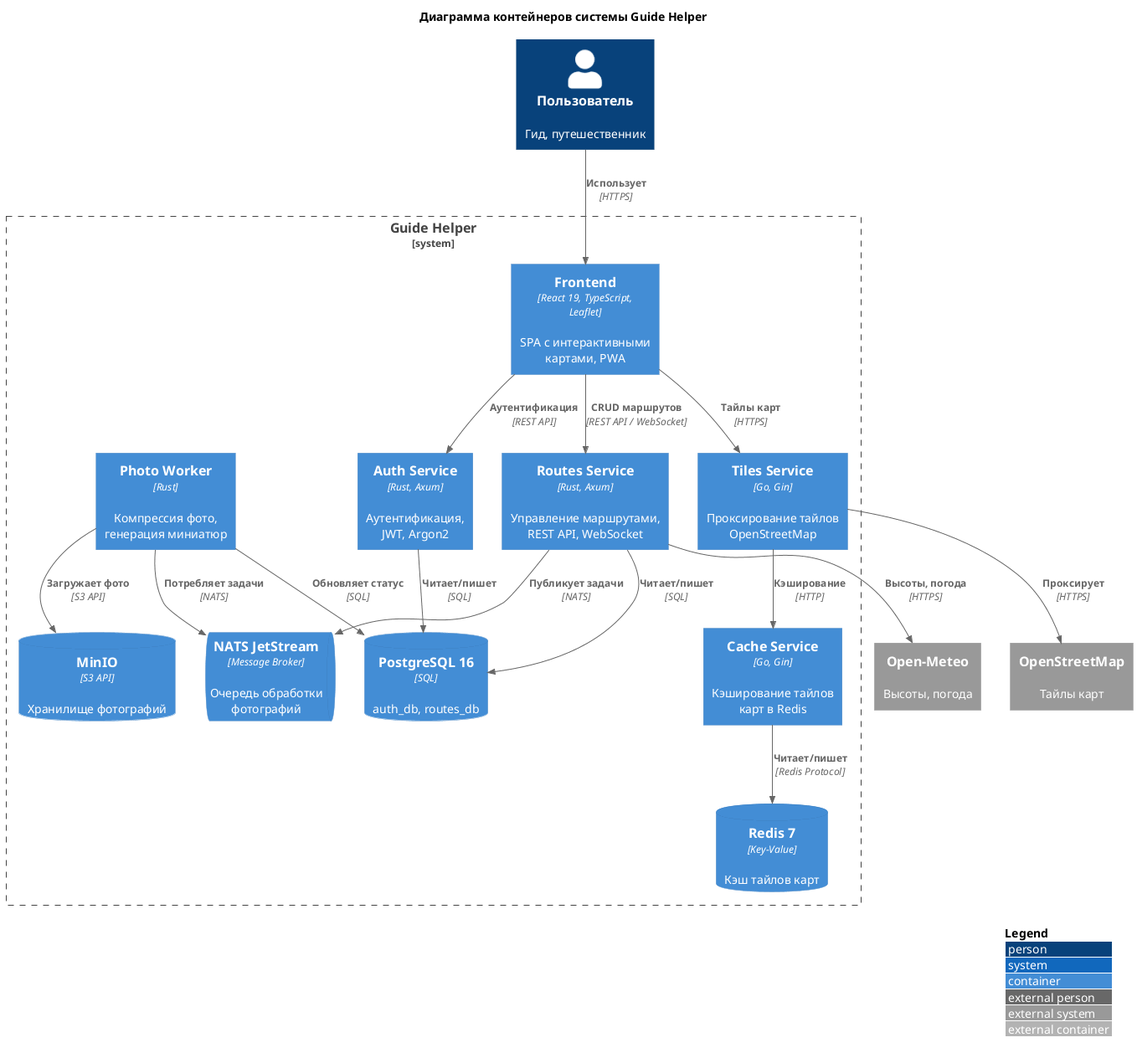
Above: doc/latex/images/c4-container.png in jaennil/guide_helper (PlantUML), before the change. The source it was exported from:
```plantuml
@startuml c4-container
!include https://raw.githubusercontent.com/plantuml-stdlib/C4-PlantUML/master/C4_Container.puml

LAYOUT_WITH_LEGEND()

title Диаграмма контейнеров системы Guide Helper

Person(user, "Пользователь", "Гид, путешественник")

System_Boundary(system, "Guide Helper") {
  Container(frontend, "Frontend", "React 19, TypeScript,\nLeaflet", "SPA с интерактивными\nкартами, PWA")

  Container(auth, "Auth Service", "Rust, Axum", "Аутентификация,\nJWT, Argon2")
  Container(routes, "Routes Service", "Rust, Axum", "Управление маршрутами,\nREST API, WebSocket")
  Container(photoworker, "Photo Worker", "Rust", "Компрессия фото,\nгенерация миниатюр")
  Container(cache, "Cache Service", "Go, Gin", "Кэширование тайлов\nкарт в Redis")
  Container(tiles, "Tiles Service", "Go, Gin", "Проксирование тайлов\nOpenStreetMap")

  ContainerDb(postgres, "PostgreSQL 16", "SQL", "auth_db, routes_db")
  ContainerDb(redis, "Redis 7", "Key-Value", "Кэш тайлов карт")
  ContainerQueue(nats, "NATS JetStream", "Message Broker", "Очередь обработки\nфотографий")
  ContainerDb(minio, "MinIO", "S3 API", "Хранилище фотографий")
}

System_Ext(osm, "OpenStreetMap", "Тайлы карт")
System_Ext(openmeteo, "Open-Meteo", "Высоты, погода")

Rel(user, frontend, "Использует", "HTTPS")
Rel(frontend, auth, "Аутентификация", "REST API")
Rel(frontend, routes, "CRUD маршрутов", "REST API / WebSocket")
Rel(frontend, tiles, "Тайлы карт", "HTTPS")

Rel(auth, postgres, "Читает/пишет", "SQL")
Rel(routes, postgres, "Читает/пишет", "SQL")
Rel(routes, nats, "Публикует задачи", "NATS")
Rel(photoworker, nats, "Потребляет задачи", "NATS")
Rel(photoworker, minio, "Загружает фото", "S3 API")
Rel(photoworker, postgres, "Обновляет статус", "SQL")

Rel(tiles, cache, "Кэширование", "HTTP")
Rel(cache, redis, "Читает/пишет", "Redis Protocol")
Rel(tiles, osm, "Проксирует", "HTTPS")

Rel(routes, openmeteo, "Высоты, погода", "HTTPS")

@enduml
```
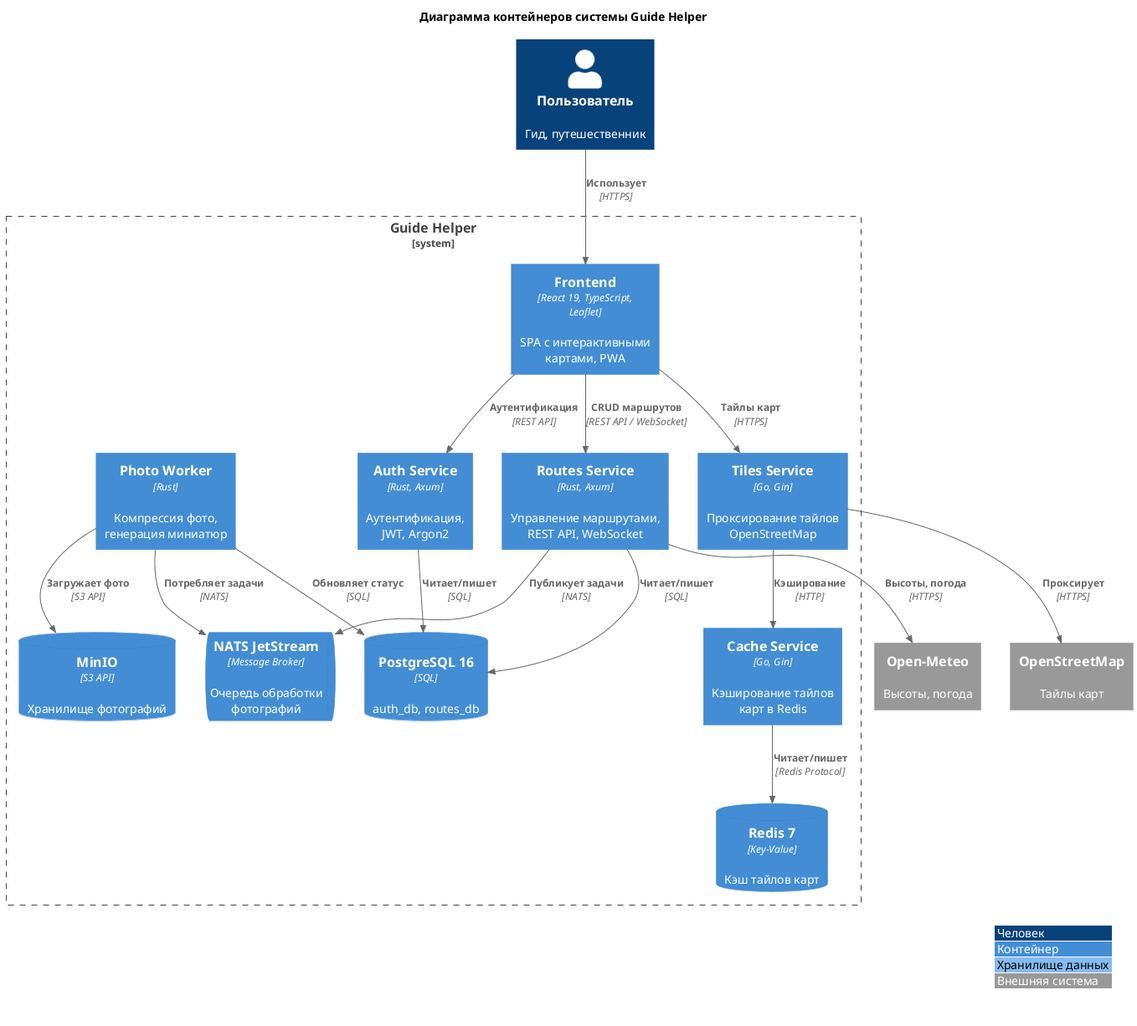
The same file after the commit.

Commit message:
docs(latex): add Russian legends to C4 diagrams

The edit, as a diff of the source:
```diff
@@ -1,8 +1,7 @@
 @startuml c4-container
 !include https://raw.githubusercontent.com/plantuml-stdlib/C4-PlantUML/master/C4_Container.puml
 
-LAYOUT_WITH_LEGEND()
-
+hide stereotype
 title Диаграмма контейнеров системы Guide Helper
 
 Person(user, "Пользователь", "Гид, путешественник")
@@ -43,4 +42,12 @@
 
 Rel(routes, openmeteo, "Высоты, погода", "HTTPS")
 
+legend right
+  |<#08427B> <color:white>Человек</color> |
+  |<#438DD5> <color:white>Контейнер</color> |
+  |<#85BBF0> <color:black>Хранилище данных</color> |
+  |<#999999> Внешняя система |
+  |  Граница системы  |
+endlegend
+
 @enduml
```
